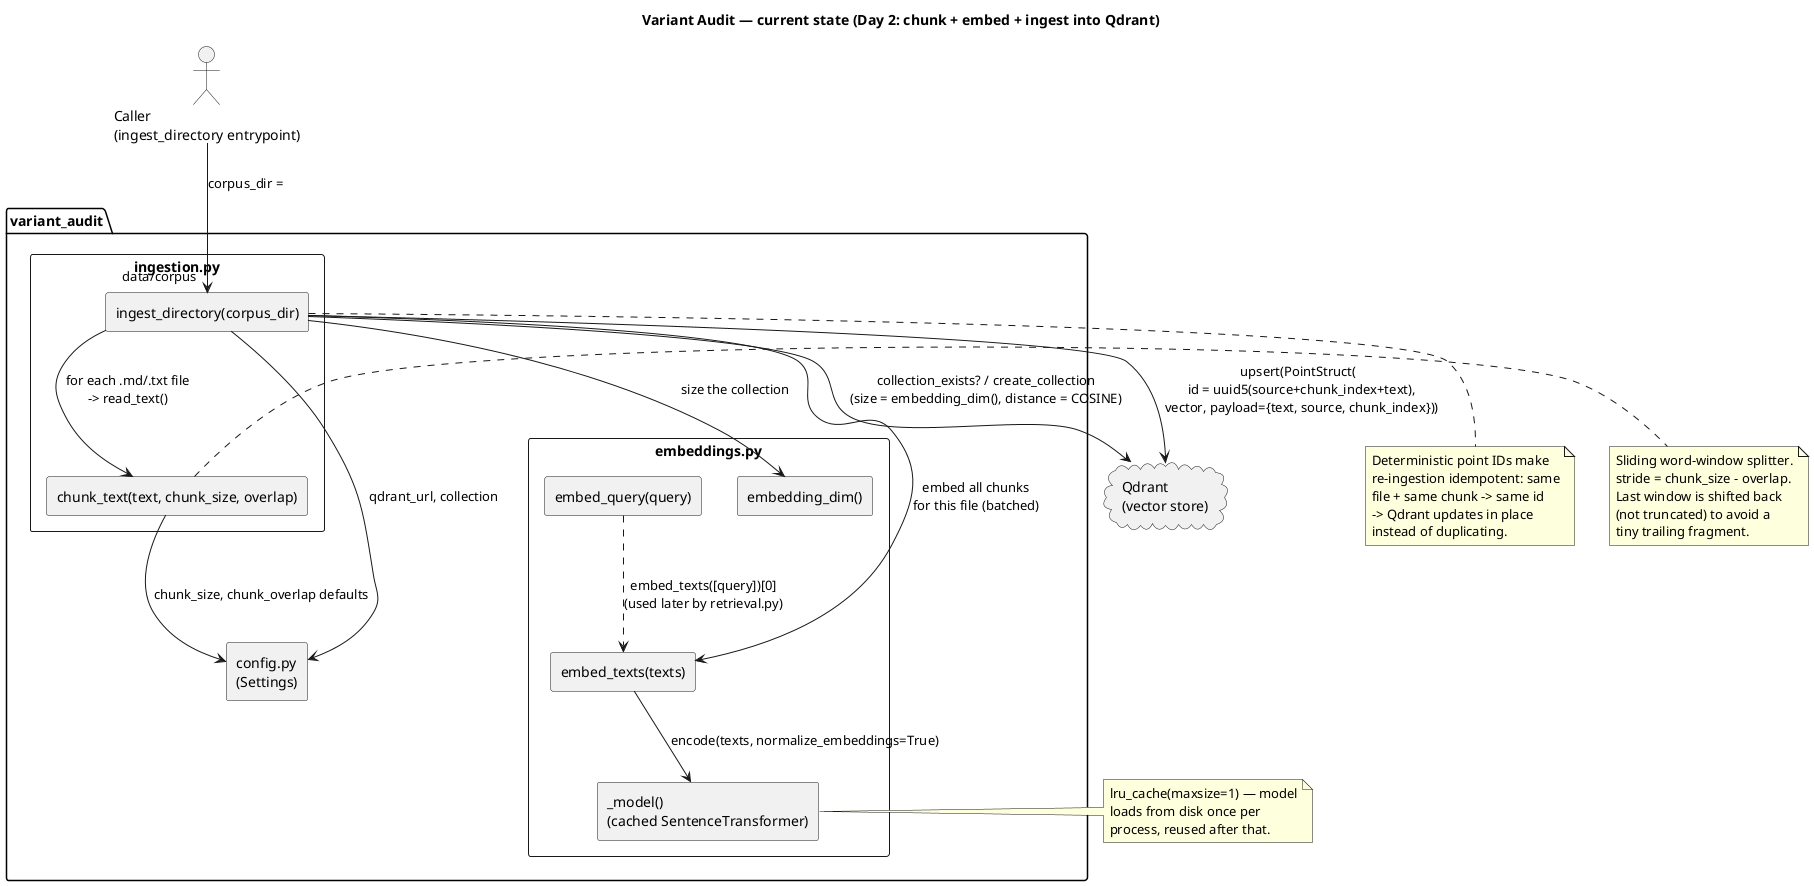
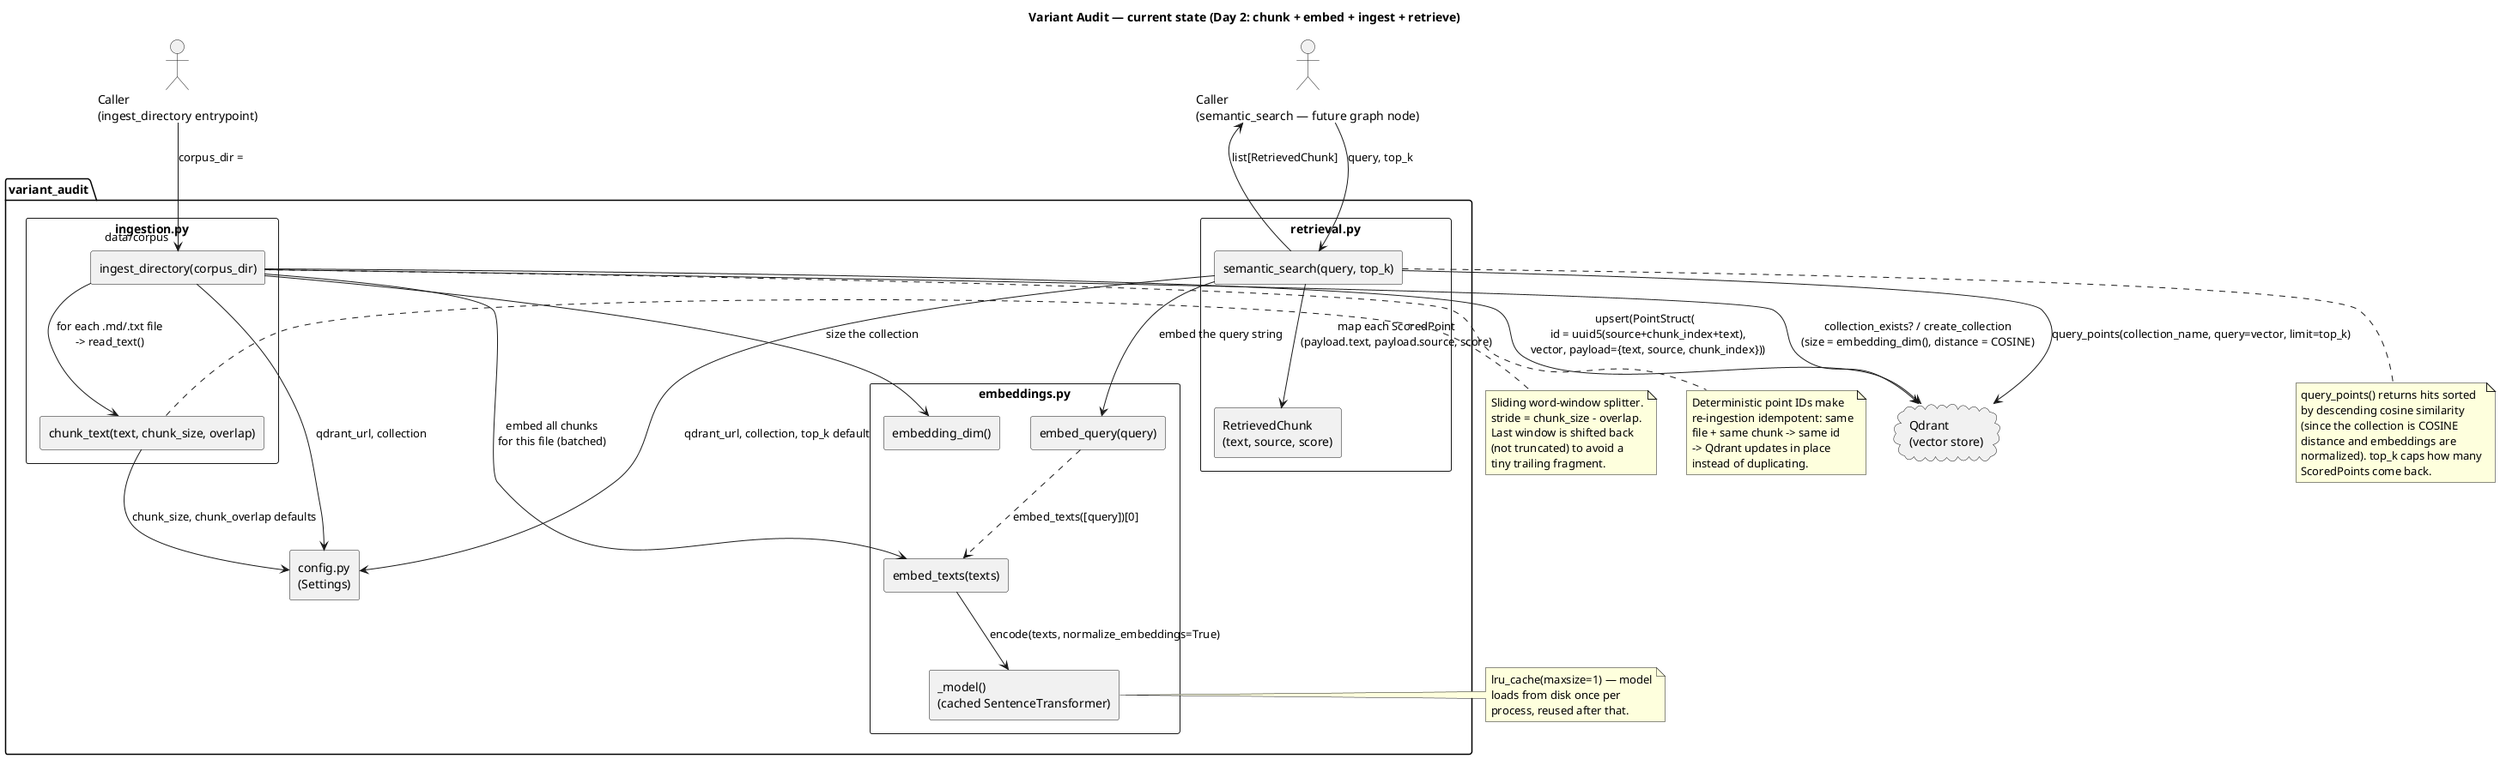
@startuml ingestion_pipeline
- title Variant Audit — current state (Day 2: chunk + embed + ingest into Qdrant)
+ title Variant Audit — current state (Day 2: chunk + embed + ingest + retrieve)

skinparam componentStyle rectangle

actor "Caller\n(ingest_directory entrypoint)" as Caller
+ actor "Caller\n(semantic_search — future graph node)" as SearchCaller

package "variant_audit" {
  component "config.py\n(Settings)" as Config

  component "ingestion.py" as Ingestion {
    component "chunk_text(text, chunk_size, overlap)" as ChunkText
    component "ingest_directory(corpus_dir)" as IngestDir
+   }
+ 
+   component "retrieval.py" as Retrieval {
+     component "semantic_search(query, top_k)" as SemSearch
+     component "RetrievedChunk\n(text, source, score)" as RetrievedChunk
  }

  component "embeddings.py" as Embeddings {
    component "_model()\n(cached SentenceTransformer)" as Model
    component "embedding_dim()" as EmbedDim
    component "embed_texts(texts)" as EmbedTexts
    component "embed_query(query)" as EmbedQuery
  }
}

cloud "Qdrant\n(vector store)" as Qdrant

Caller --> IngestDir : corpus_dir = "data/corpus"
+ SearchCaller --> SemSearch : query, top_k

IngestDir --> Config : qdrant_url, collection
IngestDir --> Qdrant : collection_exists? / create_collection\n(size = embedding_dim(), distance = COSINE)
IngestDir --> EmbedDim : size the collection

IngestDir --> ChunkText : for each .md/.txt file\n-> read_text()
ChunkText --> Config : chunk_size, chunk_overlap defaults

IngestDir --> EmbedTexts : embed all chunks\nfor this file (batched)
EmbedTexts --> Model : encode(texts, normalize_embeddings=True)

IngestDir --> Qdrant : upsert(PointStruct(\n  id = uuid5(source+chunk_index+text),\n  vector, payload={text, source, chunk_index}))

- EmbedQuery ..> EmbedTexts : embed_texts([query])[0]\n(used later by retrieval.py)
+ EmbedQuery ..> EmbedTexts : embed_texts([query])[0]
+ 
+ SemSearch --> Config : qdrant_url, collection, top_k default
+ SemSearch --> EmbedQuery : embed the query string
+ SemSearch --> Qdrant : query_points(collection_name, query=vector, limit=top_k)
+ SemSearch --> RetrievedChunk : map each ScoredPoint\n(payload.text, payload.source, score)
+ SemSearch --> SearchCaller : list[RetrievedChunk]

note right of ChunkText
  Sliding word-window splitter.
  stride = chunk_size - overlap.
  Last window is shifted back
  (not truncated) to avoid a
  tiny trailing fragment.
end note

note right of Model
  lru_cache(maxsize=1) — model
  loads from disk once per
  process, reused after that.
end note

note bottom of IngestDir
  Deterministic point IDs make
  re-ingestion idempotent: same
  file + same chunk -> same id
  -> Qdrant updates in place
  instead of duplicating.
end note

+ note bottom of SemSearch
+   query_points() returns hits sorted
+   by descending cosine similarity
+   (since the collection is COSINE
+   distance and embeddings are
+   normalized). top_k caps how many
+   ScoredPoints come back.
+ end note
+ 
@enduml
